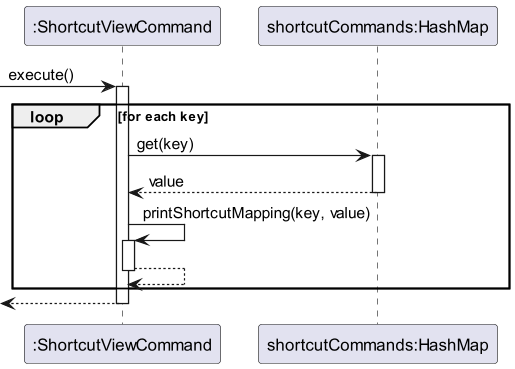
nus-cs2113-AY2223S2/tp keeps this PlantUML diagram as docs/images/DeveloperGuide/ShortcutViewCommand.png. Above is the earlier version.
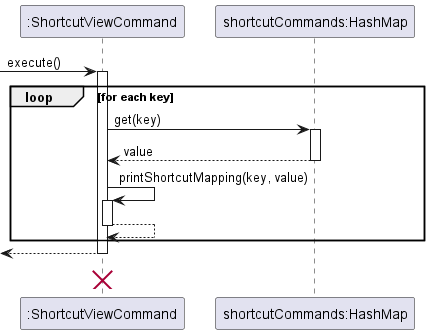
The same diagram one commit later.

Diff of the diagram source:
```diff
@@ -29,7 +29,8 @@
 [<--ShortcutViewCommand
 
 deactivate ShortcutViewCommand
-
+ShortcutViewCommand <-[hidden]- ShortcutViewCommand
+destroy ShortcutViewCommand
 
 
 @enduml
```
